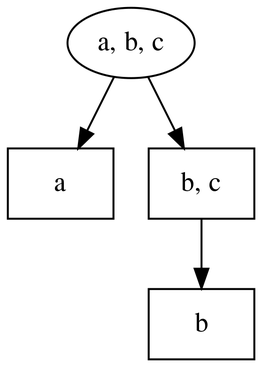
This is squib/diagrams/toy_system_privative.png from rdaland/Pheatures, a Graphviz export, as it was before one commit. Its source is kept beside it as squib/diagrams/toy_system_privative.gv. The source it was exported from:
```dot
digraph {
	graph [ dpi = 300 ];
	0 [label="a, b, c"]
	1 [label="a",shape=box]
	2 [label="b, c",shape=box]
	3 [label="b",shape=box]
	0 -> 1 []
	0 -> 2 []
	2 -> 3 []
}
```
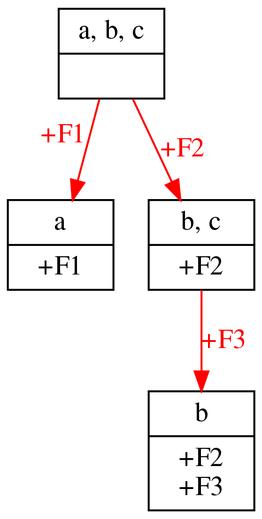
Above is the later version.

Diff of the diagram source:
```diff
@@ -1,10 +1,11 @@
 digraph {
 	graph [ dpi = 300 ];
-	0 [label="a, b, c"]
-	1 [label="a",shape=box]
-	2 [label="b, c",shape=box]
-	3 [label="b",shape=box]
-	0 -> 1 []
-	0 -> 2 []
-	2 -> 3 []
+	0 [label="{<segs> a, b, c |<feats>  }",shape=record]
+	1 [label="{<segs> a |<feats> +F1 }",shape=record]
+	2 [label="{<segs> b, c |<feats> +F2 }",shape=record]
+	3 [label="{<segs> b |<feats> +F2\n+F3 }",shape=record]
+	0 -> 1	[xlabel="+F1",fontcolor=red,color=red]
+	0 -> 2	[label="+F2",fontcolor=red,color=red]
+	2 -> 3  [label="+F3",fontcolor=red,color=red]
+{rank=same; 3}
 }
```
